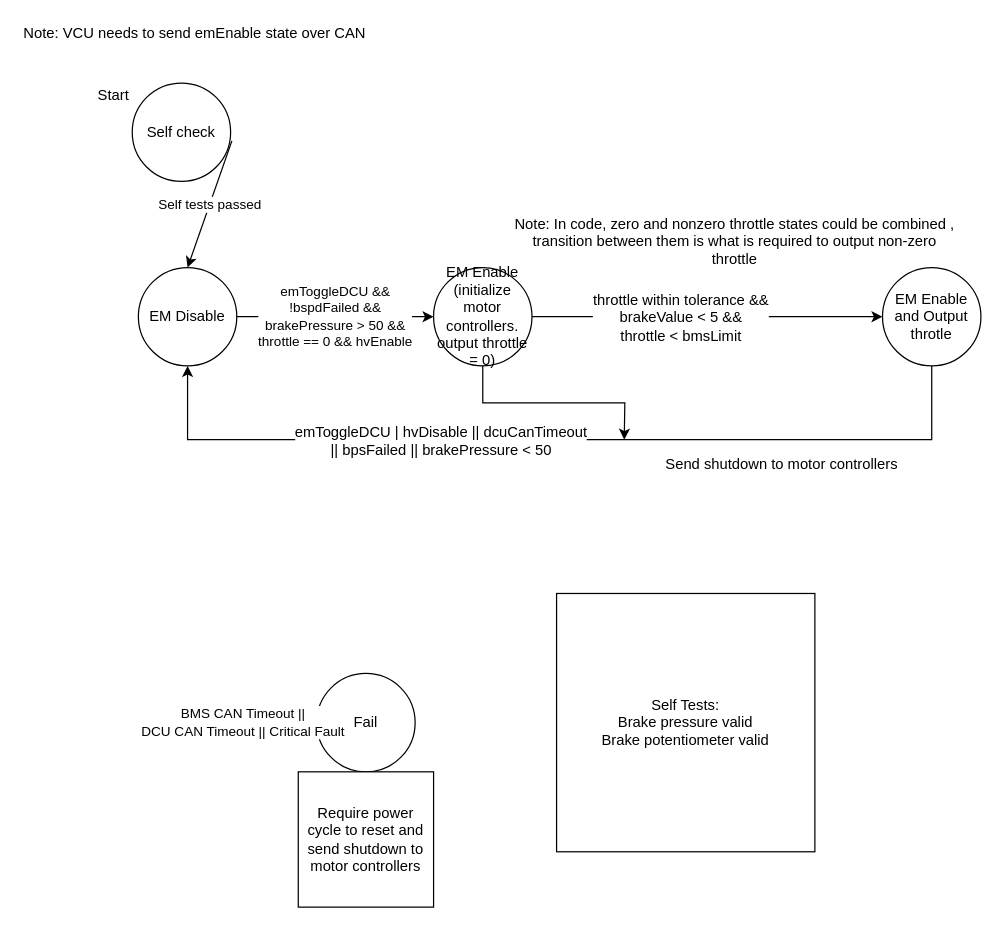
Earlier version of the draw.io diagram Docs/state-machines/VCU.drawio (UWaterloo-Formula-Electric/firmware). Source tidied: cells renumbered, new cells numbered last; positions are measured from the earlier drawing's top-left corner, leaving out a move shared by most shapes. Both pictures are drawn from the tidied source at 123%, with x=0, y=0 at pixel (21, 21).
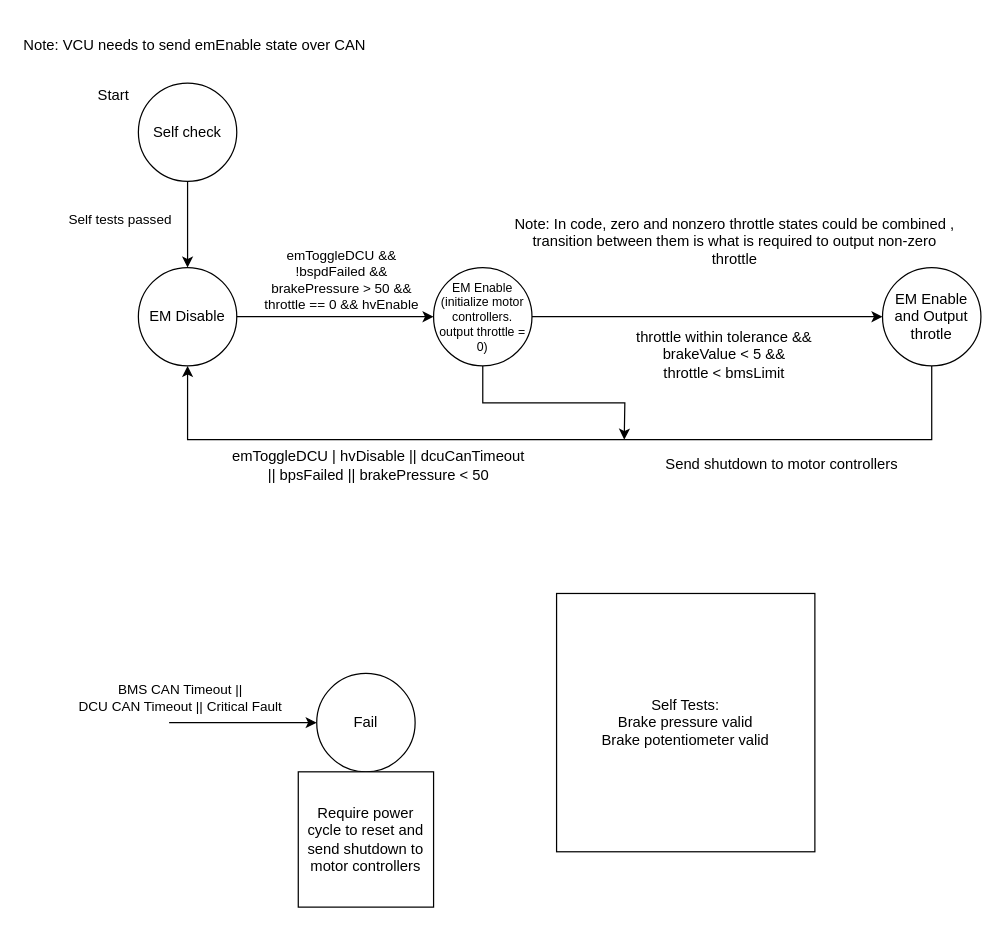
After the change.

Commit message:
Clean up diagram

Make text small enough to fit in circle and ensure text boxes are transparent
so that lines underneath are visible.

The change refers to these unchanged cells:
```xml
<mxCell id="2" value="EM Disable" style="ellipse;whiteSpace=wrap;html=1;" parent="1" vertex="1">
  <mxGeometry x="95" y="200" width="80" height="80" as="geometry" />
</mxCell>
<mxCell id="5" style="edgeStyle=orthogonalEdgeStyle;rounded=0;html=1;jettySize=auto;entryX=0.5;entryY=1;exitX=0.5;exitY=1;" parent="1" edge="1" source="7" target="2">
  <mxGeometry relative="1" as="geometry">
    <Array as="points">
      <mxPoint x="740" y="340" />
      <mxPoint x="135" y="340" />
    </Array>
  </mxGeometry>
</mxCell>
<mxCell id="8" style="edgeStyle=orthogonalEdgeStyle;rounded=0;html=1;exitX=1;exitY=0.5;entryX=0;entryY=0.5;jettySize=auto;" parent="1" edge="1" source="3" target="7">
  <mxGeometry relative="1" as="geometry" />
</mxCell>
<mxCell id="12" value="Fail" style="ellipse;whiteSpace=wrap;html=1;" parent="1" vertex="1">
  <mxGeometry x="240" y="530" width="80" height="80" as="geometry" />
</mxCell>
```

Diff of the diagram source:
```diff
@@
-    <mxCell id="3" value="EM Enable (initialize motor controllers. output throttle = 0)" style="ellipse;whiteSpace=wrap;html=1;" parent="1" vertex="1">
+    <mxCell id="3" value="EM Enable (initialize motor controllers. output throttle = 0)" style="ellipse;whiteSpace=wrap;html=1;fontSize=10;" parent="1" vertex="1">
       <mxGeometry x="335" y="200" width="80" height="80" as="geometry" />
     </mxCell>
-    <mxCell id="4" value="emToggleDCU &amp;amp;&amp;amp;&lt;div&gt;!bspdFailed &amp;amp;&amp;amp;&lt;/div&gt;&lt;div&gt;brakePressure &amp;gt; 50 &amp;amp;&amp;amp;&lt;/div&gt;&lt;div&gt;throttle == 0 &amp;amp;&amp;amp; hvEnable&lt;/div&gt;" style="edgeStyle=orthogonalEdgeStyle;rounded=0;html=1;jettySize=auto;" parent="1" edge="1" source="2" target="3">
-      <mxGeometry relative="1" as="geometry" />
+    <mxCell id="4" value="emToggleDCU &amp;amp;&amp;amp;&lt;div&gt;!bspdFailed &amp;amp;&amp;amp;&lt;/div&gt;&lt;div&gt;brakePressure &amp;gt; 50 &amp;amp;&amp;amp;&lt;/div&gt;&lt;div&gt;throttle == 0 &amp;amp;&amp;amp; hvEnable&lt;/div&gt;" style="edgeStyle=orthogonalEdgeStyle;rounded=0;html=1;jettySize=auto;labelBackgroundColor=none;" parent="1" edge="1" source="2" target="3">
+      <mxGeometry x="0.06" y="30" relative="1" as="geometry" />
     </mxCell>
@@
-    <mxCell id="6" value="emToggleDCU | hvDisable || dcuCanTimeout&lt;div&gt;|| bpsFailed || brakePressure &amp;lt; 50&lt;/div&gt;" style="text;html=1;align=center;verticalAlign=middle;labelBackgroundColor=#ffffff;" parent="5" vertex="1">
+    <mxCell id="6" value="emToggleDCU | hvDisable || dcuCanTimeout&lt;div&gt;|| bpsFailed || brakePressure &amp;lt; 50&lt;/div&gt;" style="text;html=1;align=center;verticalAlign=middle;labelBackgroundColor=none;" parent="5" vertex="1">
       <mxGeometry x="-0.1" y="-1" relative="1" as="geometry">
-        <mxPoint x="-134" y="1" as="offset" />
+        <mxPoint x="-184.2" y="21" as="offset" />
       </mxGeometry>
     </mxCell>
@@
-    <mxCell id="9" value="throttle within tolerance &amp;amp;&amp;amp;&lt;div&gt;brakeValue &amp;lt; 5 &amp;amp;&amp;amp;&lt;br&gt;&lt;/div&gt;&lt;div&gt;throttle &amp;lt; bmsLimit&lt;/div&gt;" style="text;html=1;align=center;verticalAlign=middle;labelBackgroundColor=#ffffff;" parent="8" vertex="1">
-      <mxGeometry x="-0.16" relative="1" as="geometry" />
+    <mxCell id="9" value="throttle within tolerance &amp;amp;&amp;amp;&lt;div&gt;brakeValue &amp;lt; 5 &amp;amp;&amp;amp;&lt;br&gt;&lt;/div&gt;&lt;div&gt;throttle &amp;lt; bmsLimit&lt;/div&gt;" style="text;html=1;align=center;verticalAlign=middle;labelBackgroundColor=none;" parent="8" vertex="1">
+      <mxGeometry x="-0.16" relative="1" as="geometry">
+        <mxPoint x="35" y="30" as="offset" />
+      </mxGeometry>
     </mxCell>
     <mxCell id="10" value="Note: VCU needs to send emEnable state over CAN" style="text;html=1;align=left;verticalAlign=top;spacingTop=-4;" parent="1" vertex="1">
-      <mxGeometry width="290" height="20" as="geometry" />
+      <mxGeometry y="10" width="290" height="20" as="geometry" />
     </mxCell>
@@
-    <mxCell id="14" value="BMS CAN Timeout || &lt;br&gt;DCU CAN Timeout || Critical Fault" style="endArrow=classic;html=1;entryX=0;entryY=0.5;" parent="1" edge="1" target="12">
-      <mxGeometry relative="1" as="geometry">
+    <mxCell id="14" value="BMS CAN Timeout || &lt;br&gt;DCU CAN Timeout || Critical Fault" style="endArrow=classic;html=1;entryX=0;entryY=0.5;labelBackgroundColor=none;" parent="1" edge="1" target="12">
+      <mxGeometry x="-0.83" y="20" relative="1" as="geometry">
         <mxPoint x="120" y="570" as="sourcePoint" />
+        <mxPoint x="-1" as="offset" />
       </mxGeometry>
     </mxCell>
@@
     <mxCell id="16" value="Self check" style="ellipse;whiteSpace=wrap;html=1;" parent="1" vertex="1">
-      <mxGeometry x="90" y="50" width="80" height="80" as="geometry" />
+      <mxGeometry x="95" y="50" width="80" height="80" as="geometry" />
     </mxCell>
-    <mxCell id="17" value="Self tests passed" style="endArrow=classic;html=1;exitX=1.013;exitY=0.588;exitPerimeter=0;entryX=0.5;entryY=0;" parent="1" edge="1" source="16" target="2">
-      <mxGeometry relative="1" as="geometry" />
+    <mxCell id="17" value="Self tests passed" style="endArrow=classic;html=1;exitX=0.5;exitY=1;entryX=0.5;entryY=0;exitDx=0;exitDy=0;labelBackgroundColor=none;" parent="1" edge="1" source="16" target="2">
+      <mxGeometry x="-0.14" y="-55" relative="1" as="geometry">
+        <mxPoint y="1" as="offset" />
+      </mxGeometry>
     </mxCell>
```
